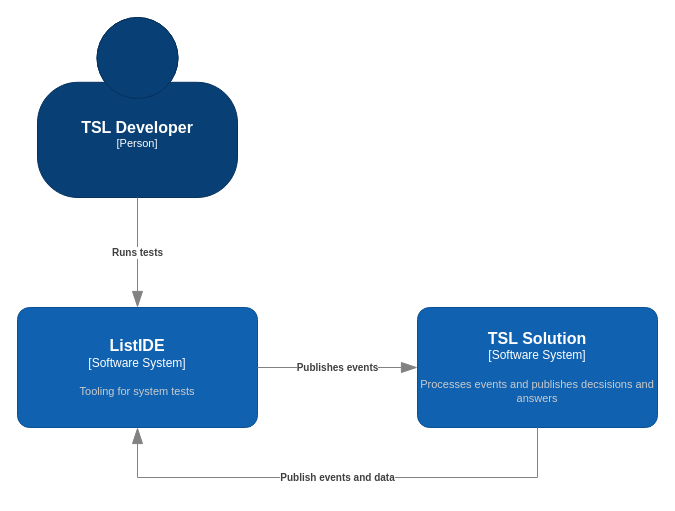
Earlier version of the draw.io diagram page "SCD" (1 of 2) of SCD.drawio (Descalon/drawings). Source tidied: cells renumbered, new cells numbered last; positions are measured from the earlier drawing's top-left corner, leaving out a move shared by most shapes. Both pictures are drawn from the tidied source at 100%, with x=0, y=0 at pixel (17, 17).
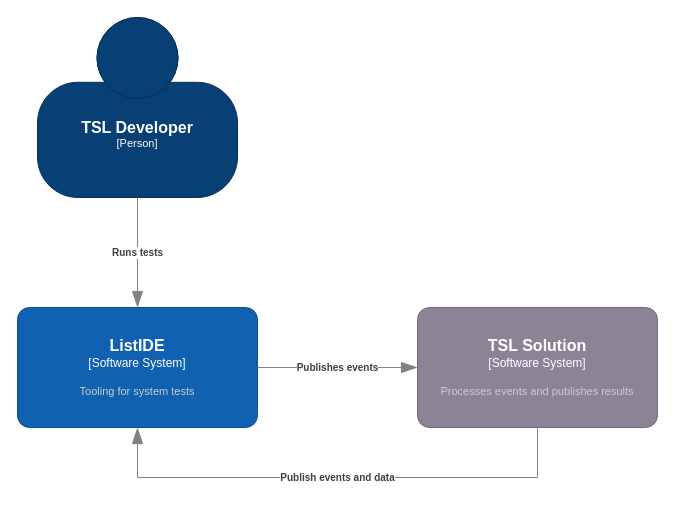
The same page after the edit.

Change to the diagram source:
```diff
@@
 <mxGraphModel>
   <root>
     <mxCell id="0" />
     <mxCell id="1" parent="0" />
     <object id="2" label="&lt;font style=&quot;font-size: 16px&quot;&gt;&lt;b&gt;%c4Name%&lt;/b&gt;&lt;/font&gt;&lt;div&gt;[%c4Type%]&lt;/div&gt;&lt;br&gt;&lt;div&gt;&lt;font style=&quot;font-size: 11px&quot;&gt;&lt;font color=&quot;#cccccc&quot;&gt;%c4Description%&lt;/font&gt;&lt;/div&gt;" c4Description="" c4Name="TSL Developer" c4Type="Person" placeholders="1">
       <mxCell style="html=1;fontSize=11;dashed=0;whiteSpace=wrap;fillColor=#083F75;strokeColor=#06315C;fontColor=#ffffff;shape=mxgraph.c4.person2;align=center;points=[[0.5,0,0],[1,0.5,0],[1,0.75,0],[0.75,1,0],[0.5,1,0],[0.25,1,0],[0,0.75,0],[0,0.5,0]];" parent="1" vertex="1">
         <mxGeometry x="20" width="200" height="180" as="geometry" />
       </mxCell>
     </object>
-    <object id="3" label="&lt;font style=&quot;font-size: 16px&quot;&gt;&lt;b&gt;%c4Name%&lt;/b&gt;&lt;/font&gt;&lt;div&gt;[%c4Type%]&lt;/div&gt;&lt;br&gt;&lt;div&gt;&lt;font style=&quot;font-size: 11px&quot;&gt;&lt;font color=&quot;#cccccc&quot;&gt;%c4Description%&lt;/font&gt;&lt;/div&gt;" c4Description="Processes events and publishes decsisions and answers" c4Name="TSL Solution" c4Type="Software System" placeholders="1">
-      <mxCell style="rounded=1;whiteSpace=wrap;html=1;labelBackgroundColor=none;fillColor=#1061B0;fontColor=#ffffff;align=center;arcSize=10;strokeColor=#0D5091;points=[[0.25,0,0],[0.5,0,0],[0.75,0,0],[1,0.25,0],[1,0.5,0],[1,0.75,0],[0.75,1,0],[0.5,1,0],[0.25,1,0],[0,0.75,0],[0,0.5,0],[0,0.25,0]];" parent="1" vertex="1">
-        <mxGeometry x="400" y="290" width="240" height="120" as="geometry" />
-      </mxCell>
-    </object>
     <object id="4" label="&lt;font style=&quot;font-size: 16px&quot;&gt;&lt;b&gt;%c4Name%&lt;/b&gt;&lt;/font&gt;&lt;div&gt;[%c4Type%]&lt;/div&gt;&lt;br&gt;&lt;div&gt;&lt;font style=&quot;font-size: 11px&quot;&gt;&lt;font color=&quot;#cccccc&quot;&gt;%c4Description%&lt;/font&gt;&lt;/div&gt;" c4Description="Tooling for system tests" c4Name="ListIDE" c4Type="Software System" placeholders="1">
       <mxCell style="rounded=1;whiteSpace=wrap;html=1;labelBackgroundColor=none;fillColor=#1061B0;fontColor=#ffffff;align=center;arcSize=10;strokeColor=#0D5091;points=[[0.25,0,0],[0.5,0,0],[0.75,0,0],[1,0.25,0],[1,0.5,0],[1,0.75,0],[0.75,1,0],[0.5,1,0],[0.25,1,0],[0,0.75,0],[0,0.5,0],[0,0.25,0]];" parent="1" vertex="1">
         <mxGeometry y="290" width="240" height="120" as="geometry" />
       </mxCell>
     </object>
     <object id="5" label="&lt;div style=&quot;text-align: left&quot;&gt;&lt;div style=&quot;text-align: center&quot;&gt;&lt;b&gt;%c4Description%&lt;/b&gt;&lt;/div&gt;" c4Description="Runs tests&#10;" placeholders="1">
       <mxCell style="endArrow=blockThin;html=1;fontSize=10;fontColor=#404040;strokeWidth=1;endFill=1;strokeColor=#828282;elbow=vertical;endSize=14;startSize=14;jumpStyle=arc;jumpSize=16;rounded=0;edgeStyle=orthogonalEdgeStyle;exitX=0.5;exitY=1;exitDx=0;exitDy=0;exitPerimeter=0;" parent="1" edge="1" source="2" target="4">
         <mxGeometry relative="1" as="geometry" />
       </mxCell>
     </object>
     <object id="6" label="&lt;div style=&quot;text-align: left&quot;&gt;&lt;div style=&quot;text-align: center&quot;&gt;&lt;b&gt;%c4Description%&lt;/b&gt;&lt;/div&gt;" c4Description="Publishes events" placeholders="1">
-      <mxCell style="endArrow=blockThin;html=1;fontSize=10;fontColor=#404040;strokeWidth=1;endFill=1;strokeColor=#828282;elbow=vertical;endSize=14;startSize=14;jumpStyle=arc;jumpSize=16;rounded=0;edgeStyle=orthogonalEdgeStyle;exitX=1;exitY=0.5;exitDx=0;exitDy=0;exitPerimeter=0;entryX=0;entryY=0.5;entryDx=0;entryDy=0;entryPerimeter=0;" parent="1" edge="1" source="4" target="3">
+      <mxCell style="endArrow=blockThin;html=1;fontSize=10;fontColor=#404040;strokeWidth=1;endFill=1;strokeColor=#828282;elbow=vertical;endSize=14;startSize=14;jumpStyle=arc;jumpSize=16;rounded=0;edgeStyle=orthogonalEdgeStyle;exitX=1;exitY=0.5;exitDx=0;exitDy=0;exitPerimeter=0;entryX=0;entryY=0.5;entryDx=0;entryDy=0;entryPerimeter=0;" parent="1" edge="1" source="4" target="8">
         <mxGeometry relative="1" as="geometry" />
       </mxCell>
     </object>
     <object id="7" label="&lt;div style=&quot;text-align: left&quot;&gt;&lt;div style=&quot;text-align: center&quot;&gt;&lt;b&gt;%c4Description%&lt;/b&gt;&lt;/div&gt;" c4Description="Publish events and data" placeholders="1">
-      <mxCell style="endArrow=blockThin;html=1;fontSize=10;fontColor=#404040;strokeWidth=1;endFill=1;strokeColor=#828282;elbow=vertical;endSize=14;startSize=14;jumpStyle=arc;jumpSize=16;rounded=0;edgeStyle=orthogonalEdgeStyle;exitX=0.5;exitY=1;exitDx=0;exitDy=0;exitPerimeter=0;entryX=0.5;entryY=1;entryDx=0;entryDy=0;entryPerimeter=0;" parent="1" edge="1" source="3" target="4">
+      <mxCell style="endArrow=blockThin;html=1;fontSize=10;fontColor=#404040;strokeWidth=1;endFill=1;strokeColor=#828282;elbow=vertical;endSize=14;startSize=14;jumpStyle=arc;jumpSize=16;rounded=0;edgeStyle=orthogonalEdgeStyle;exitX=0.5;exitY=1;exitDx=0;exitDy=0;exitPerimeter=0;entryX=0.5;entryY=1;entryDx=0;entryDy=0;entryPerimeter=0;" parent="1" edge="1" source="8" target="4">
         <mxGeometry relative="1" as="geometry">
           <Array as="points">
             <mxPoint x="520" y="460" />
             <mxPoint x="120" y="460" />
           </Array>
         </mxGeometry>
       </mxCell>
     </object>
+    <object id="8" label="&lt;font style=&quot;font-size: 16px&quot;&gt;&lt;b&gt;%c4Name%&lt;/b&gt;&lt;/font&gt;&lt;div&gt;[%c4Type%]&lt;/div&gt;&lt;br&gt;&lt;div&gt;&lt;font style=&quot;font-size: 11px&quot;&gt;&lt;font color=&quot;#cccccc&quot;&gt;%c4Description%&lt;/font&gt;&lt;/div&gt;" c4Description="Processes events and publishes results" c4Name="TSL Solution" c4Type="Software System" placeholders="1">
+      <mxCell style="rounded=1;whiteSpace=wrap;html=1;labelBackgroundColor=none;fillColor=#8C8496;fontColor=#ffffff;align=center;arcSize=10;strokeColor=#736782;points=[[0.25,0,0],[0.5,0,0],[0.75,0,0],[1,0.25,0],[1,0.5,0],[1,0.75,0],[0.75,1,0],[0.5,1,0],[0.25,1,0],[0,0.75,0],[0,0.5,0],[0,0.25,0]];" parent="1" vertex="1">
+        <mxGeometry x="400" y="290" width="240" height="120" as="geometry" />
+      </mxCell>
+    </object>
   </root>
 </mxGraphModel>
```
